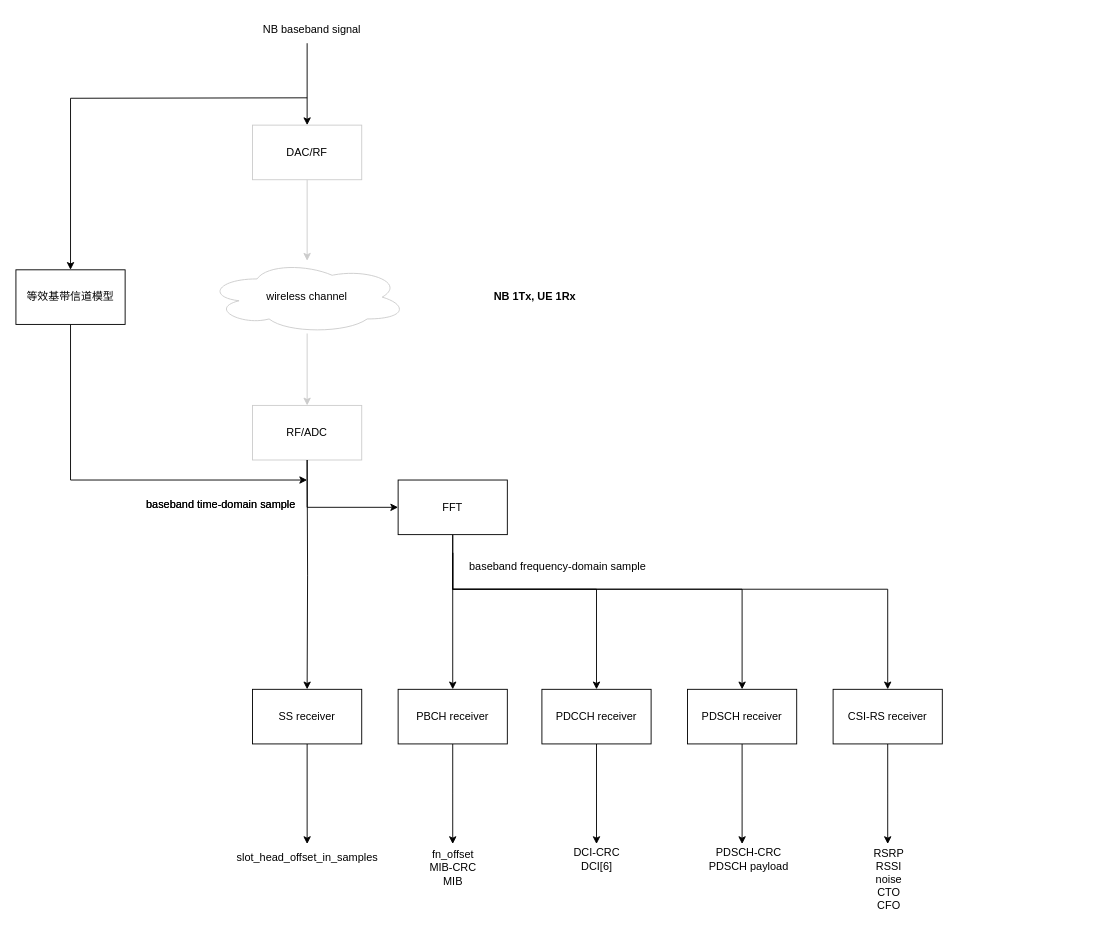
Earlier version of the draw.io diagram page "UE PHY DL Top/baseband channel" (3 of 5) of 2.drawio (wubobupt/drawio). Source tidied: cells renumbered, new cells numbered last; positions are measured from the earlier drawing's top-left corner, leaving out a move shared by most shapes. Both pictures are drawn from the tidied source at 91%, with x=0, y=0 at pixel (15, 15).
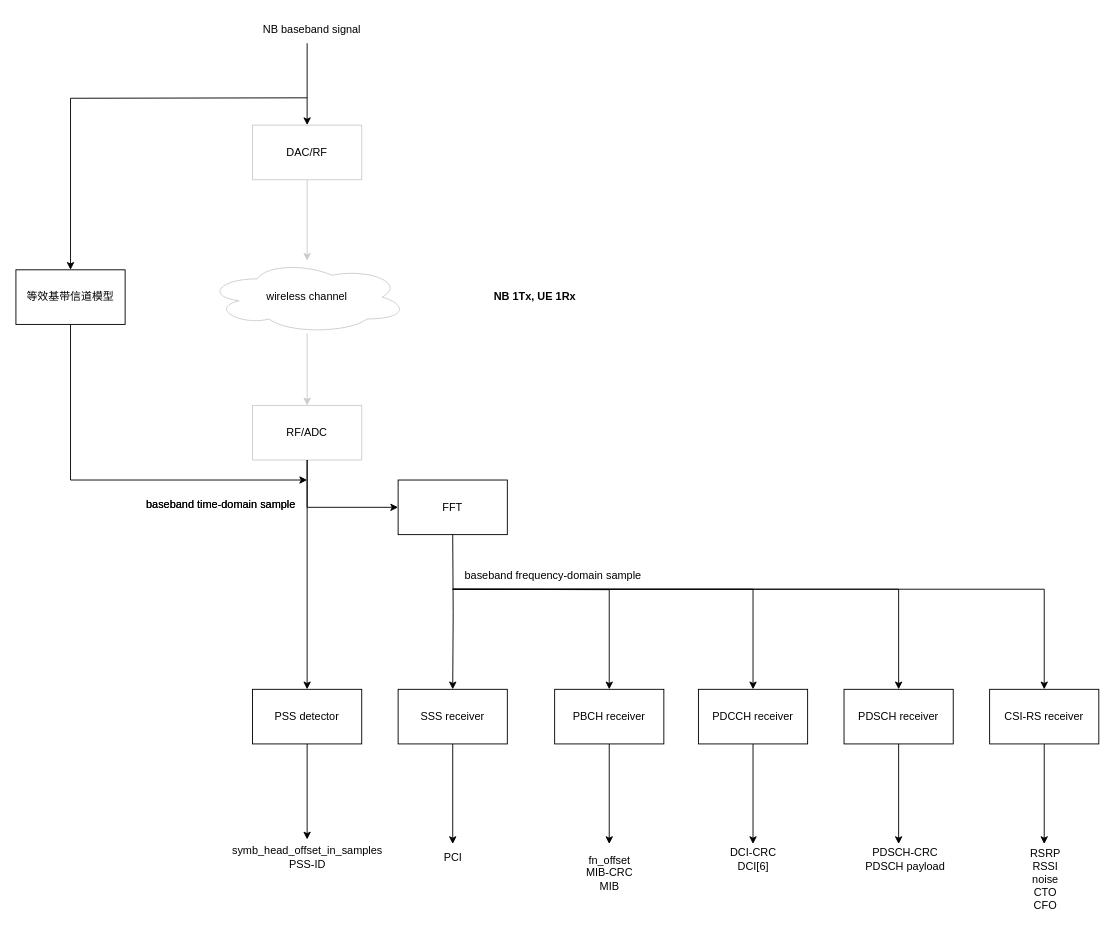
After the change.

Unchanged cells that the change refers to:
```xml
<mxCell id="28" value="FFT" style="whiteSpace=wrap;html=1;" parent="1" vertex="1">
  <mxGeometry x="420" y="510" width="120" height="60" as="geometry" />
</mxCell>
```

The edit, as a diff of the source:
```diff
@@
-    <mxCell id="14" style="edgeStyle=orthogonalEdgeStyle;rounded=0;jettySize=auto;html=1;exitX=0.5;exitY=1;exitDx=0;exitDy=0;" parent="1" edge="1" source="15" target="29">
-      <mxGeometry relative="1" as="geometry" />
-    </mxCell>
-    <mxCell id="15" value="SS receiver" style="whiteSpace=wrap;html=1;" parent="1" vertex="1">
-      <mxGeometry x="260" y="740" width="120" height="60" as="geometry" />
-    </mxCell>
-    <mxCell id="16" style="edgeStyle=orthogonalEdgeStyle;rounded=0;jettySize=auto;html=1;exitX=0.5;exitY=1;exitDx=0;exitDy=0;" parent="1" edge="1" source="17">
-      <mxGeometry relative="1" as="geometry">
-        <mxPoint x="638" y="910" as="targetPoint" />
-      </mxGeometry>
-    </mxCell>
-    <mxCell id="17" value="PDCCH receiver" style="whiteSpace=wrap;html=1;" parent="1" vertex="1">
-      <mxGeometry x="578" y="740" width="120" height="60" as="geometry" />
-    </mxCell>
-    <mxCell id="18" style="edgeStyle=orthogonalEdgeStyle;rounded=0;jettySize=auto;html=1;exitX=0.5;exitY=1;exitDx=0;exitDy=0;" parent="1" edge="1" source="19">
-      <mxGeometry relative="1" as="geometry">
-        <mxPoint x="798" y="910" as="targetPoint" />
-      </mxGeometry>
-    </mxCell>
-    <mxCell id="19" value="PDSCH receiver" style="whiteSpace=wrap;html=1;" parent="1" vertex="1">
-      <mxGeometry x="738" y="740" width="120" height="60" as="geometry" />
-    </mxCell>
-    <mxCell id="20" style="edgeStyle=orthogonalEdgeStyle;rounded=0;jettySize=auto;html=1;exitX=0.5;exitY=1;exitDx=0;exitDy=0;" parent="1" edge="1" source="21">
-      <mxGeometry relative="1" as="geometry">
-        <mxPoint x="958" y="910" as="targetPoint" />
-      </mxGeometry>
-    </mxCell>
-    <mxCell id="21" value="CSI-RS receiver" style="whiteSpace=wrap;html=1;" parent="1" vertex="1">
-      <mxGeometry x="898" y="740" width="120" height="60" as="geometry" />
-    </mxCell>
-    <mxCell id="22" style="edgeStyle=orthogonalEdgeStyle;rounded=0;jettySize=auto;html=1;exitX=0.5;exitY=1;exitDx=0;exitDy=0;entryX=0.5;entryY=0;entryDx=0;entryDy=0;" parent="1" edge="1" target="15">
+    <mxCell id="22" style="edgeStyle=orthogonalEdgeStyle;rounded=0;orthogonalLoop=1;jettySize=auto;html=1;exitX=0.5;exitY=1;exitDx=0;exitDy=0;entryX=0.5;entryY=0;entryDx=0;entryDy=0;" parent="1" edge="1">
       <mxGeometry relative="1" as="geometry">
         <mxPoint x="320" y="488" as="sourcePoint" />
+        <mxPoint x="320" y="740" as="targetPoint" />
       </mxGeometry>
     </mxCell>
@@
-    <mxCell id="24" style="edgeStyle=orthogonalEdgeStyle;rounded=0;jettySize=auto;html=1;exitX=0.5;exitY=1;exitDx=0;exitDy=0;entryX=0.5;entryY=0;entryDx=0;entryDy=0;" parent="1" edge="1" source="28" target="17">
-      <mxGeometry relative="1" as="geometry">
-        <Array as="points">
-          <mxPoint x="480" y="630" />
-          <mxPoint x="638" y="630" />
-        </Array>
-      </mxGeometry>
-    </mxCell>
-    <mxCell id="25" style="edgeStyle=orthogonalEdgeStyle;rounded=0;jettySize=auto;html=1;entryX=0.5;entryY=0;entryDx=0;entryDy=0;" parent="1" edge="1" target="19">
-      <mxGeometry relative="1" as="geometry">
-        <mxPoint x="480" y="590" as="sourcePoint" />
-        <Array as="points">
-          <mxPoint x="480" y="630" />
-          <mxPoint x="798" y="630" />
-        </Array>
-      </mxGeometry>
-    </mxCell>
-    <mxCell id="26" style="edgeStyle=orthogonalEdgeStyle;rounded=0;jettySize=auto;html=1;entryX=0.5;entryY=0;entryDx=0;entryDy=0;" parent="1" edge="1" target="21">
-      <mxGeometry relative="1" as="geometry">
-        <mxPoint x="480" y="590" as="sourcePoint" />
-        <Array as="points">
-          <mxPoint x="480" y="630" />
-          <mxPoint x="958" y="630" />
-        </Array>
-      </mxGeometry>
-    </mxCell>
-    <mxCell id="27" style="edgeStyle=orthogonalEdgeStyle;rounded=0;jettySize=auto;html=1;exitX=0.5;exitY=1;exitDx=0;exitDy=0;entryX=0.5;entryY=0;entryDx=0;entryDy=0;" parent="1" edge="1" source="28" target="36">
-      <mxGeometry relative="1" as="geometry" />
-    </mxCell>
@@
-    <mxCell id="29" value="&lt;div&gt;slot_head_offset_in_samples&lt;/div&gt;" style="text;html=1;align=center;verticalAlign=middle;points=[];strokeColor=none;fillColor=none;" parent="1" vertex="1">
-      <mxGeometry x="230" y="910" width="180" height="30" as="geometry" />
-    </mxCell>
+    <mxCell id="33" value="baseband time-domain sample" style="text;html=1;align=center;verticalAlign=middle;strokeColor=none;fillColor=none;" parent="1" vertex="1">
+      <mxGeometry x="130" y="522" width="190" height="30" as="geometry" />
+    </mxCell>
+    <mxCell id="38" style="edgeStyle=orthogonalEdgeStyle;rounded=0;jettySize=auto;html=1;exitX=0.5;exitY=1;exitDx=0;exitDy=0;" parent="1" edge="1" source="39" target="48">
+      <mxGeometry relative="1" as="geometry" />
+    </mxCell>
+    <mxCell id="39" value="PSS detector" style="whiteSpace=wrap;html=1;" parent="1" vertex="1">
+      <mxGeometry x="260" y="740" width="120" height="60" as="geometry" />
+    </mxCell>
+    <mxCell id="40" style="edgeStyle=orthogonalEdgeStyle;rounded=0;jettySize=auto;html=1;exitX=0.5;exitY=1;exitDx=0;exitDy=0;" parent="1" edge="1" source="17">
+      <mxGeometry relative="1" as="geometry">
+        <mxPoint x="810" y="910" as="targetPoint" />
+      </mxGeometry>
+    </mxCell>
+    <mxCell id="17" value="PDCCH receiver" style="whiteSpace=wrap;html=1;" parent="1" vertex="1">
+      <mxGeometry x="750" y="740" width="120" height="60" as="geometry" />
+    </mxCell>
+    <mxCell id="41" style="edgeStyle=orthogonalEdgeStyle;rounded=0;jettySize=auto;html=1;exitX=0.5;exitY=1;exitDx=0;exitDy=0;" parent="1" edge="1" source="19">
+      <mxGeometry relative="1" as="geometry">
+        <mxPoint x="970" y="910" as="targetPoint" />
+      </mxGeometry>
+    </mxCell>
+    <mxCell id="19" value="PDSCH receiver" style="whiteSpace=wrap;html=1;" parent="1" vertex="1">
+      <mxGeometry x="910" y="740" width="120" height="60" as="geometry" />
+    </mxCell>
+    <mxCell id="42" style="edgeStyle=orthogonalEdgeStyle;rounded=0;jettySize=auto;html=1;exitX=0.5;exitY=1;exitDx=0;exitDy=0;" parent="1" edge="1" source="21">
+      <mxGeometry relative="1" as="geometry">
+        <mxPoint x="1130" y="910" as="targetPoint" />
+      </mxGeometry>
+    </mxCell>
+    <mxCell id="21" value="CSI-RS receiver" style="whiteSpace=wrap;html=1;" parent="1" vertex="1">
+      <mxGeometry x="1070" y="740" width="120" height="60" as="geometry" />
+    </mxCell>
+    <mxCell id="43" style="edgeStyle=orthogonalEdgeStyle;rounded=0;jettySize=auto;html=1;entryX=0.5;entryY=0;entryDx=0;entryDy=0;" parent="1" edge="1" target="17">
+      <mxGeometry relative="1" as="geometry">
+        <mxPoint x="480" y="630" as="sourcePoint" />
+        <Array as="points">
+          <mxPoint x="652" y="630" />
+          <mxPoint x="810" y="630" />
+        </Array>
+      </mxGeometry>
+    </mxCell>
+    <mxCell id="44" style="edgeStyle=orthogonalEdgeStyle;rounded=0;jettySize=auto;html=1;entryX=0.5;entryY=0;entryDx=0;entryDy=0;" parent="1" edge="1" target="19">
+      <mxGeometry relative="1" as="geometry">
+        <mxPoint x="480" y="630" as="sourcePoint" />
+        <Array as="points">
+          <mxPoint x="652" y="630" />
+          <mxPoint x="970" y="630" />
+        </Array>
+      </mxGeometry>
+    </mxCell>
+    <mxCell id="45" style="edgeStyle=orthogonalEdgeStyle;rounded=0;jettySize=auto;html=1;entryX=0.5;entryY=0;entryDx=0;entryDy=0;" parent="1" edge="1" target="21">
+      <mxGeometry relative="1" as="geometry">
+        <mxPoint x="480" y="630" as="sourcePoint" />
+        <Array as="points">
+          <mxPoint x="652" y="630" />
+          <mxPoint x="1130" y="630" />
+        </Array>
+      </mxGeometry>
+    </mxCell>
+    <mxCell id="46" style="edgeStyle=orthogonalEdgeStyle;rounded=0;jettySize=auto;html=1;entryX=0.5;entryY=0;entryDx=0;entryDy=0;" parent="1" edge="1" target="36">
+      <mxGeometry relative="1" as="geometry">
+        <mxPoint x="480" y="630" as="sourcePoint" />
+      </mxGeometry>
+    </mxCell>
+    <mxCell id="47" style="edgeStyle=orthogonalEdgeStyle;rounded=0;jettySize=auto;html=1;entryX=0.5;entryY=0;entryDx=0;entryDy=0;" parent="1" edge="1" target="51">
+      <mxGeometry relative="1" as="geometry">
+        <mxPoint x="480" y="570" as="sourcePoint" />
+      </mxGeometry>
+    </mxCell>
+    <mxCell id="48" value="&lt;div&gt;symb_head_offset_in_samples&lt;/div&gt;&lt;div&gt;PSS-ID&lt;/div&gt;" style="text;html=1;align=center;verticalAlign=middle;points=[];strokeColor=none;fillColor=none;" parent="1" vertex="1">
+      <mxGeometry x="225" y="905" width="190" height="40" as="geometry" />
+    </mxCell>
     <mxCell id="30" value="&lt;div&gt;DCI-CRC&lt;/div&gt;DCI[6]" style="text;html=1;align=center;verticalAlign=middle;strokeColor=none;fillColor=none;" parent="1" vertex="1">
-      <mxGeometry x="603" y="907" width="70" height="40" as="geometry" />
+      <mxGeometry x="775" y="907" width="70" height="40" as="geometry" />
     </mxCell>
     <mxCell id="31" value="&lt;div&gt;PDSCH-CRC&lt;/div&gt;PDSCH payload" style="text;html=1;align=center;verticalAlign=middle;strokeColor=none;fillColor=none;" parent="1" vertex="1">
-      <mxGeometry x="750" y="907" width="110" height="40" as="geometry" />
+      <mxGeometry x="922" y="907" width="110" height="40" as="geometry" />
     </mxCell>
     <mxCell id="32" value="RSRP&lt;div&gt;RSSI&lt;/div&gt;&lt;div&gt;noise&lt;/div&gt;&lt;div&gt;CTO&lt;/div&gt;&lt;div&gt;CFO&lt;/div&gt;" style="text;html=1;align=center;verticalAlign=middle;strokeColor=none;fillColor=none;" parent="1" vertex="1">
-      <mxGeometry x="929" y="904" width="60" height="90" as="geometry" />
+      <mxGeometry x="1101" y="904" width="60" height="90" as="geometry" />
     </mxCell>
-    <mxCell id="33" value="baseband time-domain sample" style="text;html=1;align=center;verticalAlign=middle;strokeColor=none;fillColor=none;" parent="1" vertex="1">
-      <mxGeometry x="130" y="522" width="190" height="30" as="geometry" />
-    </mxCell>
     <mxCell id="34" value="baseband frequency-domain sample" style="text;html=1;align=center;verticalAlign=middle;strokeColor=none;fillColor=none;" parent="1" vertex="1">
-      <mxGeometry x="485" y="590" width="220" height="30" as="geometry" />
+      <mxGeometry x="480" y="600" width="220" height="30" as="geometry" />
     </mxCell>
-    <mxCell id="35" style="edgeStyle=orthogonalEdgeStyle;rounded=0;jettySize=auto;html=1;exitX=0.5;exitY=1;exitDx=0;exitDy=0;" parent="1" edge="1" source="36">
-      <mxGeometry relative="1" as="geometry">
-        <mxPoint x="480" y="910" as="targetPoint" />
-      </mxGeometry>
-    </mxCell>
+    <mxCell id="49" style="edgeStyle=orthogonalEdgeStyle;rounded=0;jettySize=auto;html=1;exitX=0.5;exitY=1;exitDx=0;exitDy=0;" parent="1" edge="1" source="36">
+      <mxGeometry relative="1" as="geometry">
+        <mxPoint x="652" y="910" as="targetPoint" />
+      </mxGeometry>
+    </mxCell>
     <mxCell id="36" value="PBCH receiver" style="whiteSpace=wrap;html=1;" parent="1" vertex="1">
-      <mxGeometry x="420" y="740" width="120" height="60" as="geometry" />
+      <mxGeometry x="592" y="740" width="120" height="60" as="geometry" />
     </mxCell>
     <mxCell id="37" value="fn_offset&lt;div&gt;MIB-CRC&lt;/div&gt;&lt;div&gt;MIB&lt;/div&gt;" style="text;html=1;align=center;verticalAlign=middle;strokeColor=none;fillColor=none;" parent="1" vertex="1">
-      <mxGeometry x="445" y="906" width="70" height="60" as="geometry" />
+      <mxGeometry x="617" y="912" width="70" height="60" as="geometry" />
     </mxCell>
+    <mxCell id="50" style="edgeStyle=orthogonalEdgeStyle;rounded=0;jettySize=auto;html=1;exitX=0.5;exitY=1;exitDx=0;exitDy=0;" parent="1" edge="1" source="51" target="52">
+      <mxGeometry relative="1" as="geometry" />
+    </mxCell>
+    <mxCell id="51" value="SSS receiver" style="whiteSpace=wrap;html=1;" parent="1" vertex="1">
+      <mxGeometry x="420" y="740" width="120" height="60" as="geometry" />
+    </mxCell>
+    <mxCell id="52" value="&lt;div&gt;PCI&lt;/div&gt;" style="text;html=1;align=center;verticalAlign=middle;points=[];strokeColor=none;fillColor=none;" parent="1" vertex="1">
+      <mxGeometry x="460" y="910" width="40" height="30" as="geometry" />
+    </mxCell>
```
